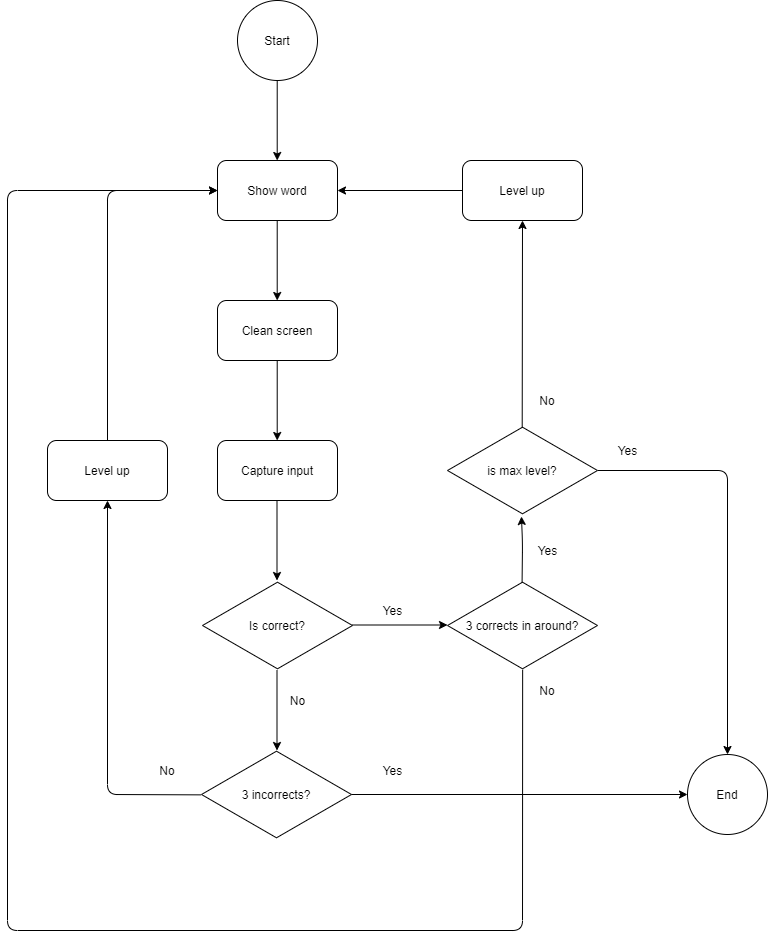
The draw.io diagram doc/images/memory-challenge-flowchart.png in resparzasoto/memory-challenge, before a commit. Source tidied: cells renumbered, new cells last; positions are measured from the earlier drawing's top-left corner, leaving out a move shared by most shapes. Source of this version:
```xml
<mxGraphModel>
  <root>
    <mxCell id="0" />
    <mxCell id="1" parent="0" />
    <mxCell id="2" style="endArrow=classic;html=1;" parent="1" edge="1">
      <mxGeometry relative="1" as="geometry">
        <mxPoint x="345" y="624.5" as="sourcePoint" />
        <mxPoint x="440" y="624.5" as="targetPoint" />
      </mxGeometry>
    </mxCell>
    <mxCell id="3" value="Is correct?" style="html=1;whiteSpace=wrap;shape=isoRectangle;" parent="1" vertex="1">
      <mxGeometry x="195" y="580" width="150" height="90" as="geometry" />
    </mxCell>
    <mxCell id="4" value="Show word" style="rounded=1;whiteSpace=wrap;html=1;" parent="1" vertex="1">
      <mxGeometry x="210" y="160" width="120" height="60" as="geometry" />
    </mxCell>
    <mxCell id="5" value="Level up" style="rounded=1;whiteSpace=wrap;html=1;" parent="1" vertex="1">
      <mxGeometry x="455" y="160" width="120" height="60" as="geometry" />
    </mxCell>
    <mxCell id="6" value="Start" style="ellipse;whiteSpace=wrap;html=1;" parent="1" vertex="1">
      <mxGeometry x="230" width="80" height="80" as="geometry" />
    </mxCell>
    <mxCell id="7" value="End" style="ellipse;whiteSpace=wrap;html=1;" parent="1" vertex="1">
      <mxGeometry x="680" y="754" width="80" height="80" as="geometry" />
    </mxCell>
    <mxCell id="8" style="endArrow=classic;html=1;" parent="1" edge="1">
      <mxGeometry relative="1" as="geometry">
        <mxPoint x="269.7" y="80" as="sourcePoint" />
        <mxPoint x="269.7" y="160" as="targetPoint" />
      </mxGeometry>
    </mxCell>
    <mxCell id="9" value="Clean screen" style="rounded=1;whiteSpace=wrap;html=1;" parent="1" vertex="1">
      <mxGeometry x="210" y="300" width="120" height="60" as="geometry" />
    </mxCell>
    <mxCell id="10" style="endArrow=classic;html=1;" parent="1" edge="1">
      <mxGeometry relative="1" as="geometry">
        <mxPoint x="269.7" y="220" as="sourcePoint" />
        <mxPoint x="269.7" y="300" as="targetPoint" />
      </mxGeometry>
    </mxCell>
    <mxCell id="11" value="Capture input" style="rounded=1;whiteSpace=wrap;html=1;" parent="1" vertex="1">
      <mxGeometry x="210" y="440" width="120" height="60" as="geometry" />
    </mxCell>
    <mxCell id="12" style="endArrow=classic;html=1;" parent="1" edge="1">
      <mxGeometry relative="1" as="geometry">
        <mxPoint x="269.7" y="360" as="sourcePoint" />
        <mxPoint x="269.7" y="440" as="targetPoint" />
      </mxGeometry>
    </mxCell>
    <mxCell id="13" style="endArrow=classic;html=1;" parent="1" edge="1">
      <mxGeometry relative="1" as="geometry">
        <mxPoint x="269.5" y="500" as="sourcePoint" />
        <mxPoint x="269.5" y="580" as="targetPoint" />
      </mxGeometry>
    </mxCell>
    <mxCell id="14" style="endArrow=classic;html=1;" parent="1" edge="1">
      <mxGeometry relative="1" as="geometry">
        <mxPoint x="269.5" y="670" as="sourcePoint" />
        <mxPoint x="269.5" y="750" as="targetPoint" />
      </mxGeometry>
    </mxCell>
    <mxCell id="15" value="Yes" style="text;html=1;align=center;verticalAlign=middle;" parent="1" vertex="1">
      <mxGeometry x="365" y="600" width="40" height="20" as="geometry" />
    </mxCell>
    <mxCell id="16" value="No" style="text;html=1;align=center;verticalAlign=middle;" parent="1" vertex="1">
      <mxGeometry x="275" y="690" width="30" height="20" as="geometry" />
    </mxCell>
    <mxCell id="17" value="3 corrects in around?" style="html=1;whiteSpace=wrap;shape=isoRectangle;" parent="1" vertex="1">
      <mxGeometry x="440" y="580" width="150" height="90" as="geometry" />
    </mxCell>
    <mxCell id="18" style="endArrow=classic;html=1;entryX=0.493;entryY=1.011;entryDx=0;entryDy=0;entryPerimeter=0;" parent="1" edge="1" target="23">
      <mxGeometry relative="1" as="geometry">
        <mxPoint x="514.6" y="582" as="sourcePoint" />
        <Array as="points">
          <mxPoint x="515" y="542" />
        </Array>
      </mxGeometry>
    </mxCell>
    <mxCell id="19" value="Yes" style="text;html=1;align=center;verticalAlign=middle;" parent="1" vertex="1">
      <mxGeometry x="520" y="540" width="40" height="20" as="geometry" />
    </mxCell>
    <mxCell id="20" value="3 incorrects?" style="html=1;whiteSpace=wrap;shape=isoRectangle;" parent="1" vertex="1">
      <mxGeometry x="194" y="749" width="150" height="90" as="geometry" />
    </mxCell>
    <mxCell id="21" style="endArrow=classic;html=1;entryX=0;entryY=0.5;entryDx=0;entryDy=0;" parent="1" edge="1" source="20" target="7">
      <mxGeometry relative="1" as="geometry" />
    </mxCell>
    <mxCell id="22" value="Yes" style="text;html=1;align=center;verticalAlign=middle;" parent="1" vertex="1">
      <mxGeometry x="365" y="760" width="40" height="20" as="geometry" />
    </mxCell>
    <mxCell id="23" value="is max level?" style="html=1;whiteSpace=wrap;shape=isoRectangle;" parent="1" vertex="1">
      <mxGeometry x="440" y="425" width="150" height="90" as="geometry" />
    </mxCell>
    <mxCell id="24" style="endArrow=classic;html=1;exitX=1.002;exitY=0.5;exitDx=0;exitDy=0;exitPerimeter=0;entryX=0.5;entryY=0;entryDx=0;entryDy=0;" parent="1" edge="1" source="23" target="7">
      <mxGeometry relative="1" as="geometry">
        <Array as="points">
          <mxPoint x="720" y="470" />
        </Array>
      </mxGeometry>
    </mxCell>
    <mxCell id="25" style="endArrow=classic;html=1;exitX=0.498;exitY=0.026;exitDx=0;exitDy=0;exitPerimeter=0;entryX=0.5;entryY=1;entryDx=0;entryDy=0;" parent="1" edge="1" source="23" target="5">
      <mxGeometry relative="1" as="geometry" />
    </mxCell>
    <mxCell id="26" value="No" style="text;html=1;strokeColor=none;fillColor=none;align=center;verticalAlign=middle;whiteSpace=wrap;rounded=0;" parent="1" vertex="1">
      <mxGeometry x="520" y="390" width="40" height="20" as="geometry" />
    </mxCell>
    <mxCell id="27" style="endArrow=classic;html=1;exitX=0;exitY=0.5;exitDx=0;exitDy=0;entryX=1;entryY=0.5;entryDx=0;entryDy=0;" parent="1" edge="1" source="5" target="4">
      <mxGeometry relative="1" as="geometry" />
    </mxCell>
    <mxCell id="28" style="endArrow=classic;html=1;exitX=-0.004;exitY=0.504;exitDx=0;exitDy=0;exitPerimeter=0;entryX=0.5;entryY=1;entryDx=0;entryDy=0;" parent="1" edge="1" source="20" target="33">
      <mxGeometry relative="1" as="geometry">
        <Array as="points">
          <mxPoint x="100" y="794" />
        </Array>
      </mxGeometry>
    </mxCell>
    <mxCell id="29" value="No" style="text;html=1;strokeColor=none;fillColor=none;align=center;verticalAlign=middle;whiteSpace=wrap;rounded=0;" parent="1" vertex="1">
      <mxGeometry x="140" y="760" width="40" height="20" as="geometry" />
    </mxCell>
    <mxCell id="30" value="Yes" style="text;html=1;align=center;verticalAlign=middle;" parent="1" vertex="1">
      <mxGeometry x="600" y="440" width="40" height="20" as="geometry" />
    </mxCell>
    <mxCell id="31" style="endArrow=classic;html=1;exitX=0.501;exitY=0.992;exitDx=0;exitDy=0;exitPerimeter=0;entryX=0;entryY=0.5;entryDx=0;entryDy=0;" parent="1" edge="1" source="17" target="4">
      <mxGeometry relative="1" as="geometry">
        <Array as="points">
          <mxPoint x="515" y="930" />
          <mxPoint y="930" />
          <mxPoint y="190" />
        </Array>
      </mxGeometry>
    </mxCell>
    <mxCell id="32" value="No" style="text;html=1;strokeColor=none;fillColor=none;align=center;verticalAlign=middle;whiteSpace=wrap;rounded=0;" parent="1" vertex="1">
      <mxGeometry x="520" y="680" width="40" height="20" as="geometry" />
    </mxCell>
    <mxCell id="33" value="Level up" style="rounded=1;whiteSpace=wrap;html=1;" parent="1" vertex="1">
      <mxGeometry x="40" y="440" width="120" height="60" as="geometry" />
    </mxCell>
    <mxCell id="34" style="endArrow=classic;html=1;exitX=0.5;exitY=0;exitDx=0;exitDy=0;entryX=0;entryY=0.5;entryDx=0;entryDy=0;" parent="1" edge="1" source="33" target="4">
      <mxGeometry relative="1" as="geometry">
        <Array as="points">
          <mxPoint x="100" y="190" />
        </Array>
      </mxGeometry>
    </mxCell>
  </root>
</mxGraphModel>
```
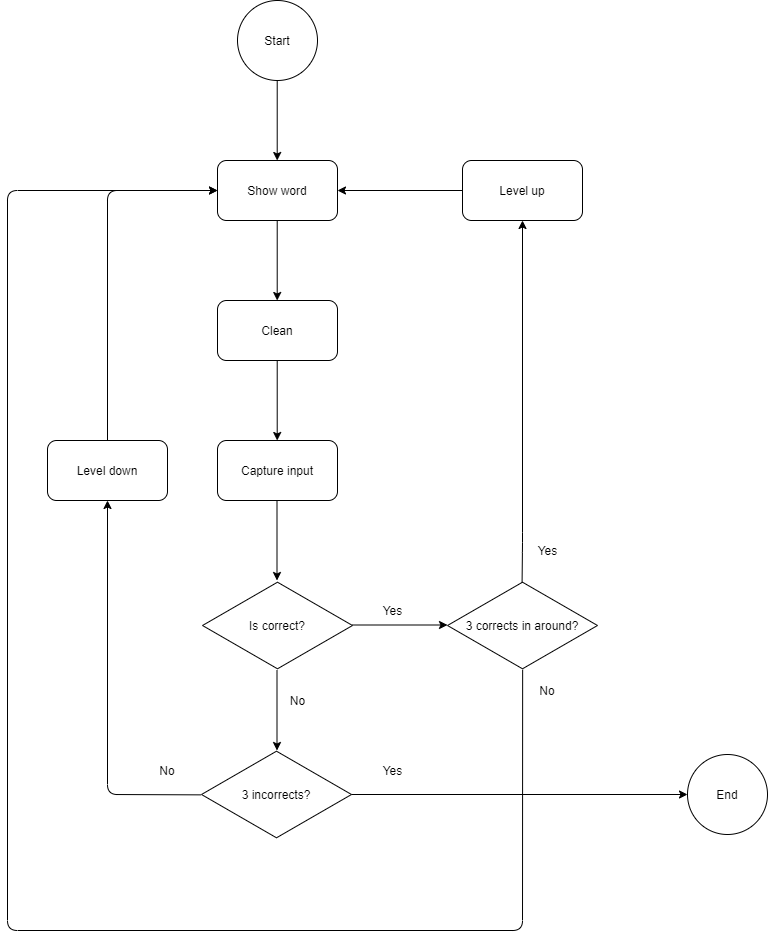
Above is the later version.

What changed in the source:
```diff
@@ -29,7 +29,7 @@
         <mxPoint x="269.7" y="160" as="targetPoint" />
       </mxGeometry>
     </mxCell>
-    <mxCell id="9" value="Clean screen" style="rounded=1;whiteSpace=wrap;html=1;" parent="1" vertex="1">
+    <mxCell id="9" value="Clean" style="rounded=1;whiteSpace=wrap;html=1;" parent="1" vertex="1">
       <mxGeometry x="210" y="300" width="120" height="60" as="geometry" />
     </mxCell>
     <mxCell id="10" style="endArrow=classic;html=1;" parent="1" edge="1">
@@ -68,7 +68,7 @@
     <mxCell id="17" value="3 corrects in around?" style="html=1;whiteSpace=wrap;shape=isoRectangle;" parent="1" vertex="1">
       <mxGeometry x="440" y="580" width="150" height="90" as="geometry" />
     </mxCell>
-    <mxCell id="18" style="endArrow=classic;html=1;entryX=0.493;entryY=1.011;entryDx=0;entryDy=0;entryPerimeter=0;" parent="1" edge="1" target="23">
+    <mxCell id="18" style="endArrow=classic;html=1;entryX=0.5;entryY=1;entryDx=0;entryDy=0;" parent="1" edge="1" target="5">
       <mxGeometry relative="1" as="geometry">
         <mxPoint x="514.6" y="582" as="sourcePoint" />
         <Array as="points">
@@ -88,22 +88,6 @@
     <mxCell id="22" value="Yes" style="text;html=1;align=center;verticalAlign=middle;" parent="1" vertex="1">
       <mxGeometry x="365" y="760" width="40" height="20" as="geometry" />
     </mxCell>
-    <mxCell id="23" value="is max level?" style="html=1;whiteSpace=wrap;shape=isoRectangle;" parent="1" vertex="1">
-      <mxGeometry x="440" y="425" width="150" height="90" as="geometry" />
-    </mxCell>
-    <mxCell id="24" style="endArrow=classic;html=1;exitX=1.002;exitY=0.5;exitDx=0;exitDy=0;exitPerimeter=0;entryX=0.5;entryY=0;entryDx=0;entryDy=0;" parent="1" edge="1" source="23" target="7">
-      <mxGeometry relative="1" as="geometry">
-        <Array as="points">
-          <mxPoint x="720" y="470" />
-        </Array>
-      </mxGeometry>
-    </mxCell>
-    <mxCell id="25" style="endArrow=classic;html=1;exitX=0.498;exitY=0.026;exitDx=0;exitDy=0;exitPerimeter=0;entryX=0.5;entryY=1;entryDx=0;entryDy=0;" parent="1" edge="1" source="23" target="5">
-      <mxGeometry relative="1" as="geometry" />
-    </mxCell>
-    <mxCell id="26" value="No" style="text;html=1;strokeColor=none;fillColor=none;align=center;verticalAlign=middle;whiteSpace=wrap;rounded=0;" parent="1" vertex="1">
-      <mxGeometry x="520" y="390" width="40" height="20" as="geometry" />
-    </mxCell>
     <mxCell id="27" style="endArrow=classic;html=1;exitX=0;exitY=0.5;exitDx=0;exitDy=0;entryX=1;entryY=0.5;entryDx=0;entryDy=0;" parent="1" edge="1" source="5" target="4">
       <mxGeometry relative="1" as="geometry" />
     </mxCell>
@@ -117,9 +101,6 @@
     <mxCell id="29" value="No" style="text;html=1;strokeColor=none;fillColor=none;align=center;verticalAlign=middle;whiteSpace=wrap;rounded=0;" parent="1" vertex="1">
       <mxGeometry x="140" y="760" width="40" height="20" as="geometry" />
     </mxCell>
-    <mxCell id="30" value="Yes" style="text;html=1;align=center;verticalAlign=middle;" parent="1" vertex="1">
-      <mxGeometry x="600" y="440" width="40" height="20" as="geometry" />
-    </mxCell>
     <mxCell id="31" style="endArrow=classic;html=1;exitX=0.501;exitY=0.992;exitDx=0;exitDy=0;exitPerimeter=0;entryX=0;entryY=0.5;entryDx=0;entryDy=0;" parent="1" edge="1" source="17" target="4">
       <mxGeometry relative="1" as="geometry">
         <Array as="points">
@@ -132,7 +113,7 @@
     <mxCell id="32" value="No" style="text;html=1;strokeColor=none;fillColor=none;align=center;verticalAlign=middle;whiteSpace=wrap;rounded=0;" parent="1" vertex="1">
       <mxGeometry x="520" y="680" width="40" height="20" as="geometry" />
     </mxCell>
-    <mxCell id="33" value="Level up" style="rounded=1;whiteSpace=wrap;html=1;" parent="1" vertex="1">
+    <mxCell id="33" value="Level down" style="rounded=1;whiteSpace=wrap;html=1;" parent="1" vertex="1">
       <mxGeometry x="40" y="440" width="120" height="60" as="geometry" />
     </mxCell>
     <mxCell id="34" style="endArrow=classic;html=1;exitX=0.5;exitY=0;exitDx=0;exitDy=0;entryX=0;entryY=0.5;entryDx=0;entryDy=0;" parent="1" edge="1" source="33" target="4">
```
